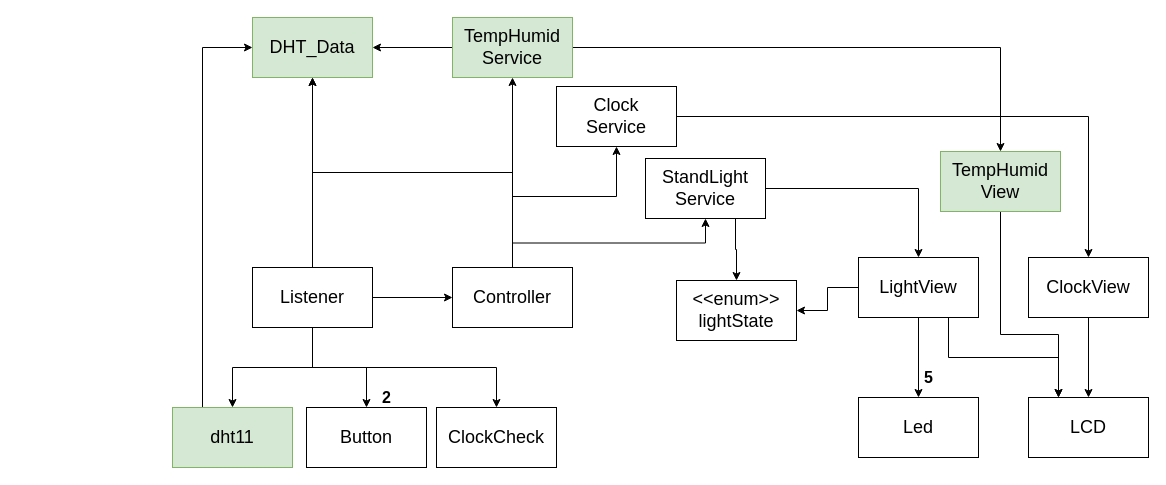
Above: page "페이지-1" (1 of 2) of sw_design/architecture.drawio in rhoblackEdu/StandLight_Time_Temp_Distance (draw.io), before the change. Source tidied: cells renumbered, new cells numbered last; positions are measured from the earlier drawing's top-left corner, leaving out a move shared by most shapes. Both pictures are drawn from the tidied source at 100%, with x=0, y=0 at pixel (172, 17).
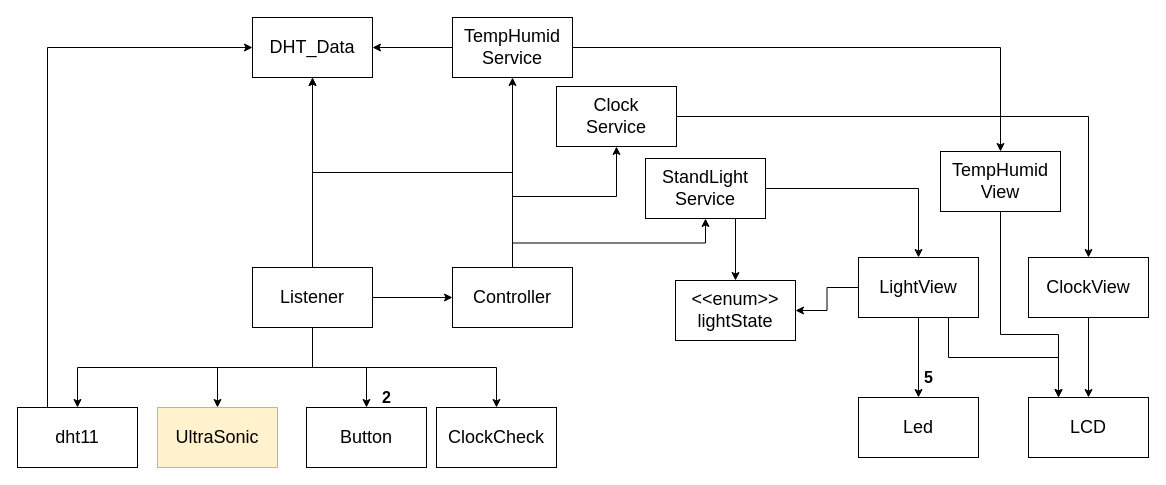
The same diagram, later.

The change refers to these unchanged cells:
```xml
<mxCell id="8" value="Listener" style="whiteSpace=wrap;html=1;fontSize=18;" parent="1" vertex="1">
  <mxGeometry x="80" y="250" width="120" height="60" as="geometry" />
</mxCell>
```

Change to the diagram source:
```diff
@@
+    <mxCell id="39" style="edgeStyle=orthogonalEdgeStyle;html=1;exitX=0.5;exitY=1;exitDx=0;exitDy=0;entryX=0.5;entryY=0;entryDx=0;entryDy=0;rounded=0;" parent="1" edge="1" source="8" target="40">
+      <mxGeometry relative="1" as="geometry" />
+    </mxCell>
@@
-    <mxCell id="31" value="dht11" style="whiteSpace=wrap;html=1;fontSize=18;fillColor=#d5e8d4;strokeColor=#82b366;" parent="1" vertex="1">
-      <mxGeometry y="390" width="120" height="60" as="geometry" />
+    <mxCell id="31" value="dht11" style="whiteSpace=wrap;html=1;fontSize=18;" parent="1" vertex="1">
+      <mxGeometry x="-155" y="390" width="120" height="60" as="geometry" />
     </mxCell>
@@
-    <mxCell id="34" value="TempHumid&lt;br&gt;Service" style="whiteSpace=wrap;html=1;fontSize=18;fillColor=#d5e8d4;strokeColor=#82b366;" parent="1" vertex="1">
+    <mxCell id="34" value="TempHumid&lt;br&gt;Service" style="whiteSpace=wrap;html=1;fontSize=18;" parent="1" vertex="1">
       <mxGeometry x="280" width="120" height="60" as="geometry" />
     </mxCell>
@@
-    <mxCell id="36" value="TempHumid&lt;br&gt;View" style="whiteSpace=wrap;html=1;fontSize=18;fillColor=#d5e8d4;strokeColor=#82b366;" parent="1" vertex="1">
+    <mxCell id="36" value="TempHumid&lt;br&gt;View" style="whiteSpace=wrap;html=1;fontSize=18;" parent="1" vertex="1">
       <mxGeometry x="768" y="134" width="120" height="60" as="geometry" />
     </mxCell>
-    <mxCell id="37" value="DHT_Data" style="whiteSpace=wrap;html=1;fontSize=18;fillColor=#d5e8d4;strokeColor=#82b366;" parent="1" vertex="1">
+    <mxCell id="37" value="DHT_Data" style="whiteSpace=wrap;html=1;fontSize=18;" parent="1" vertex="1">
       <mxGeometry x="80" width="120" height="60" as="geometry" />
     </mxCell>
     <mxCell id="38" value="&amp;lt;&amp;lt;enum&amp;gt;&amp;gt;&lt;br&gt;lightState" style="whiteSpace=wrap;html=1;fontSize=18;" parent="1" vertex="1">
-      <mxGeometry x="504" y="263" width="120" height="60" as="geometry" />
+      <mxGeometry x="503" y="263" width="120" height="60" as="geometry" />
     </mxCell>
+    <mxCell id="40" value="UltraSonic" style="whiteSpace=wrap;html=1;fontSize=18;fillColor=#fff2cc;strokeColor=#d6b656;" parent="1" vertex="1">
+      <mxGeometry x="-15" y="390" width="120" height="60" as="geometry" />
+    </mxCell>
```
